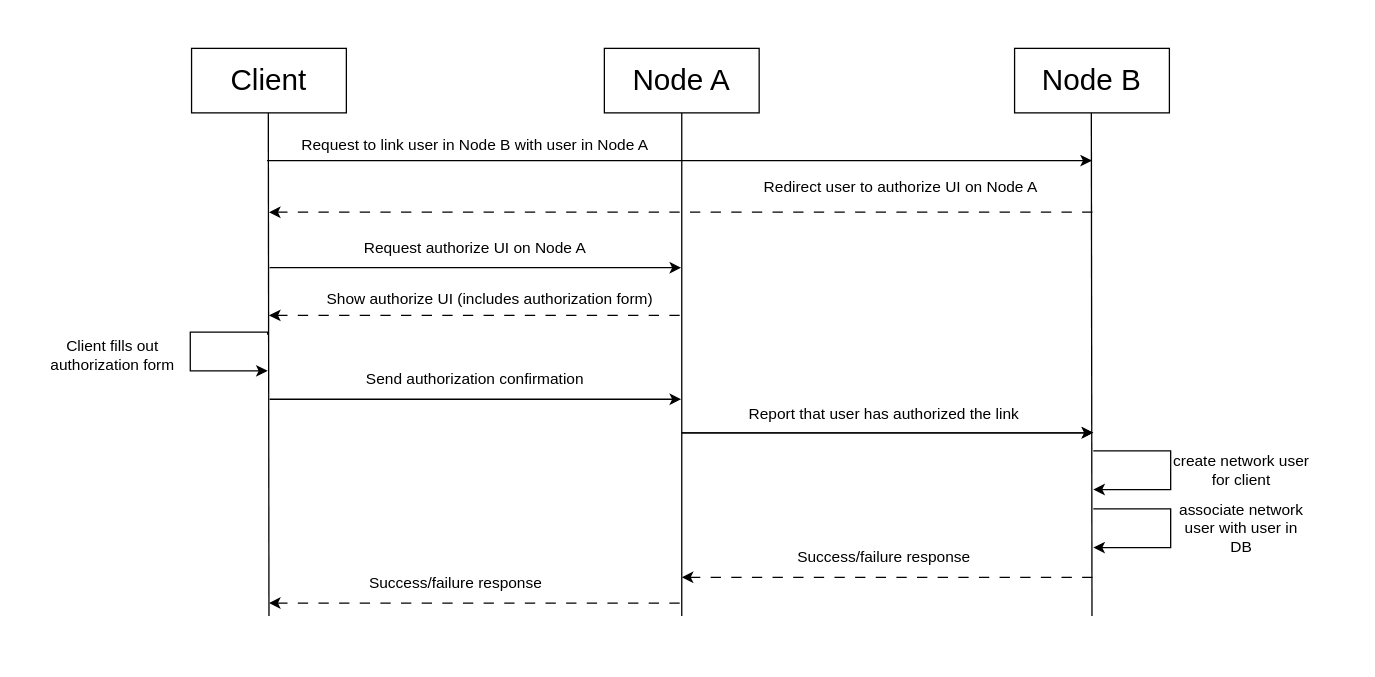
Above: docs/_static/account-link-flow.drawio in Ouranosinc/Magpie (draw.io), before the change. Source tidied: cells renumbered, new cells numbered last; positions are measured from the earlier drawing's top-left corner, leaving out a move shared by most shapes. Both pictures are drawn from the tidied source at 129%, with x=0, y=0 at pixel (48, 48).
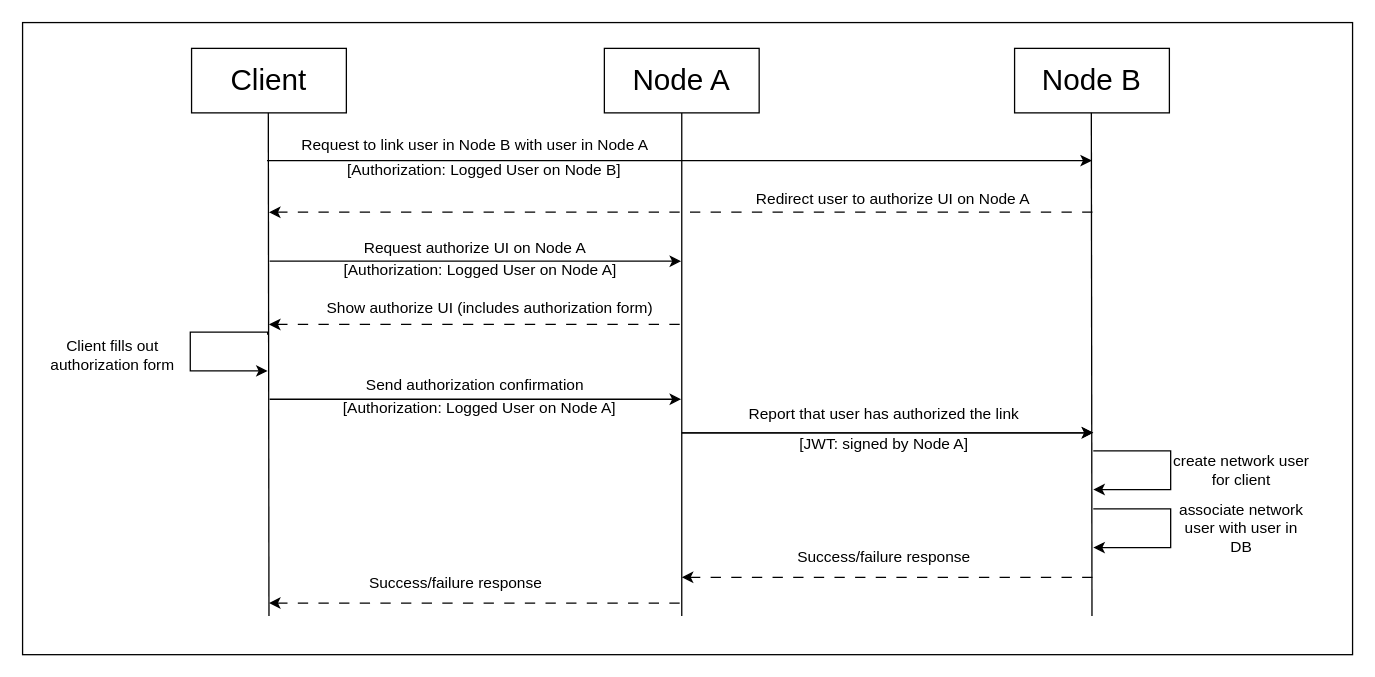
Above is the later version.

Change to the diagram source:
```diff
@@
+    <mxCell id="31" style="rounded=0;whiteSpace=wrap;html=1;" parent="1" vertex="1">
+      <mxGeometry x="-20" y="-20" width="1031" height="490" as="geometry" />
+    </mxCell>
@@
     <mxCell id="16" value="Redirect user to authorize UI on Node A" style="text;html=1;whiteSpace=wrap;strokeColor=none;fillColor=none;align=center;verticalAlign=middle;rounded=0;" parent="1" vertex="1">
-      <mxGeometry x="551" y="93" width="220" height="30" as="geometry" />
+      <mxGeometry x="545" y="102" width="220" height="30" as="geometry" />
     </mxCell>
     <mxCell id="17" style="edgeStyle=orthogonalEdgeStyle;rounded=0;orthogonalLoop=1;jettySize=auto;html=1;entryX=0;entryY=0.75;entryDx=0;entryDy=0;dashed=1;dashPattern=8 8;endArrow=none;endFill=0;startArrow=classic;startFill=1;" parent="1" edge="1">
       <mxGeometry relative="1" as="geometry">
-        <mxPoint x="171" y="207" as="sourcePoint" />
-        <mxPoint x="496" y="207" as="targetPoint" />
+        <mxPoint x="171" y="214" as="sourcePoint" />
+        <mxPoint x="496" y="214" as="targetPoint" />
       </mxGeometry>
     </mxCell>
     <mxCell id="18" value="Show authorize UI (includes authorization form)" style="text;html=1;whiteSpace=wrap;strokeColor=none;fillColor=none;align=center;verticalAlign=middle;rounded=0;" parent="1" vertex="1">
-      <mxGeometry x="201" y="180" width="283" height="30" as="geometry" />
+      <mxGeometry x="201" y="187" width="283" height="30" as="geometry" />
     </mxCell>
@@
     <mxCell id="21" style="edgeStyle=orthogonalEdgeStyle;rounded=0;orthogonalLoop=1;jettySize=auto;html=1;startArrow=classic;startFill=1;endArrow=none;endFill=0;" parent="1" edge="1">
       <mxGeometry relative="1" as="geometry">
-        <mxPoint x="490.5" y="170" as="sourcePoint" />
-        <mxPoint x="171.5" y="170" as="targetPoint" />
+        <mxPoint x="490.5" y="165" as="sourcePoint" />
+        <mxPoint x="171.5" y="165" as="targetPoint" />
       </mxGeometry>
     </mxCell>
@@
     <mxCell id="26" value="Send authorization confirmation" style="text;html=1;whiteSpace=wrap;strokeColor=none;fillColor=none;align=center;verticalAlign=middle;rounded=0;" parent="1" vertex="1">
-      <mxGeometry x="241" y="242" width="180" height="30" as="geometry" />
+      <mxGeometry x="241" y="246" width="180" height="30" as="geometry" />
     </mxCell>
@@
+    <mxCell id="32" value="[Authorization: Logged User on Node B]" style="text;html=1;whiteSpace=wrap;strokeColor=none;fillColor=none;align=center;verticalAlign=middle;rounded=0;" parent="1" vertex="1">
+      <mxGeometry x="223" y="80" width="230" height="30" as="geometry" />
+    </mxCell>
+    <mxCell id="33" value="[Authorization: Logged User on Node A]" style="text;html=1;whiteSpace=wrap;strokeColor=none;fillColor=none;align=center;verticalAlign=middle;rounded=0;" parent="1" vertex="1">
+      <mxGeometry x="220" y="157" width="230" height="30" as="geometry" />
+    </mxCell>
+    <mxCell id="34" value="[Authorization: Logged User on Node A]" style="text;html=1;whiteSpace=wrap;strokeColor=none;fillColor=none;align=center;verticalAlign=middle;rounded=0;" parent="1" vertex="1">
+      <mxGeometry x="221" y="264" width="227" height="30" as="geometry" />
+    </mxCell>
+    <mxCell id="35" value="[JWT: signed by Node A]" style="text;html=1;whiteSpace=wrap;strokeColor=none;fillColor=none;align=center;verticalAlign=middle;rounded=0;" parent="1" vertex="1">
+      <mxGeometry x="563" y="292" width="170" height="30" as="geometry" />
+    </mxCell>
```
